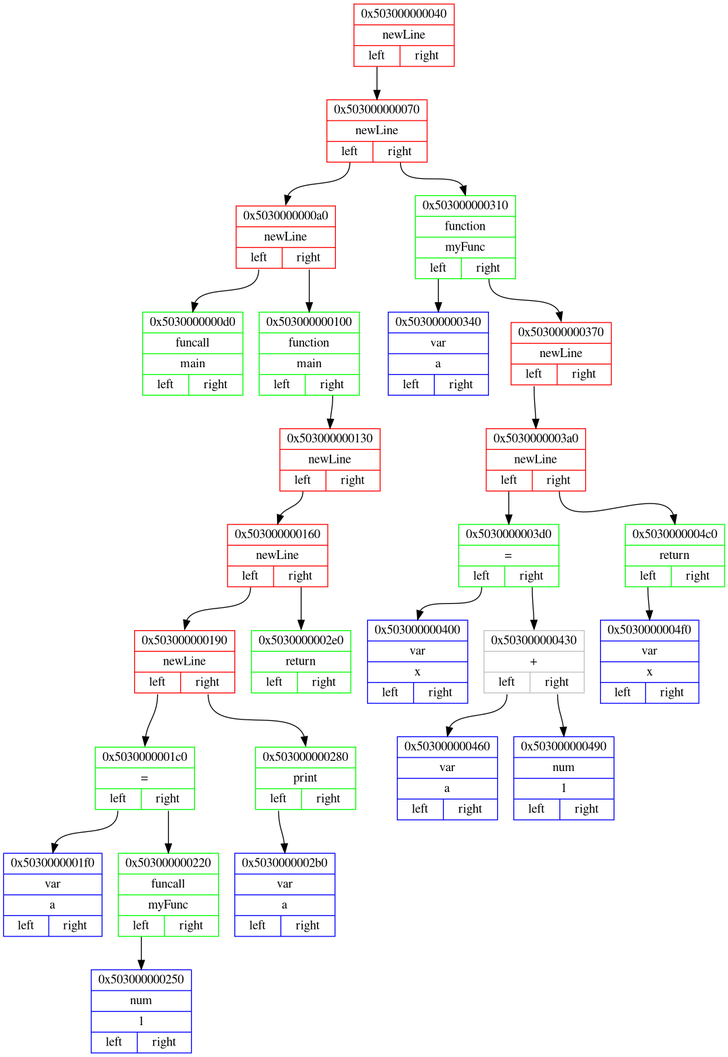
Before: png_files/middlendDotFile.dot.png, a diagram exported from Graphviz (Matvey787/myProgLanguage). Its source is kept beside it as dot_files/middlendDotFile.dot.
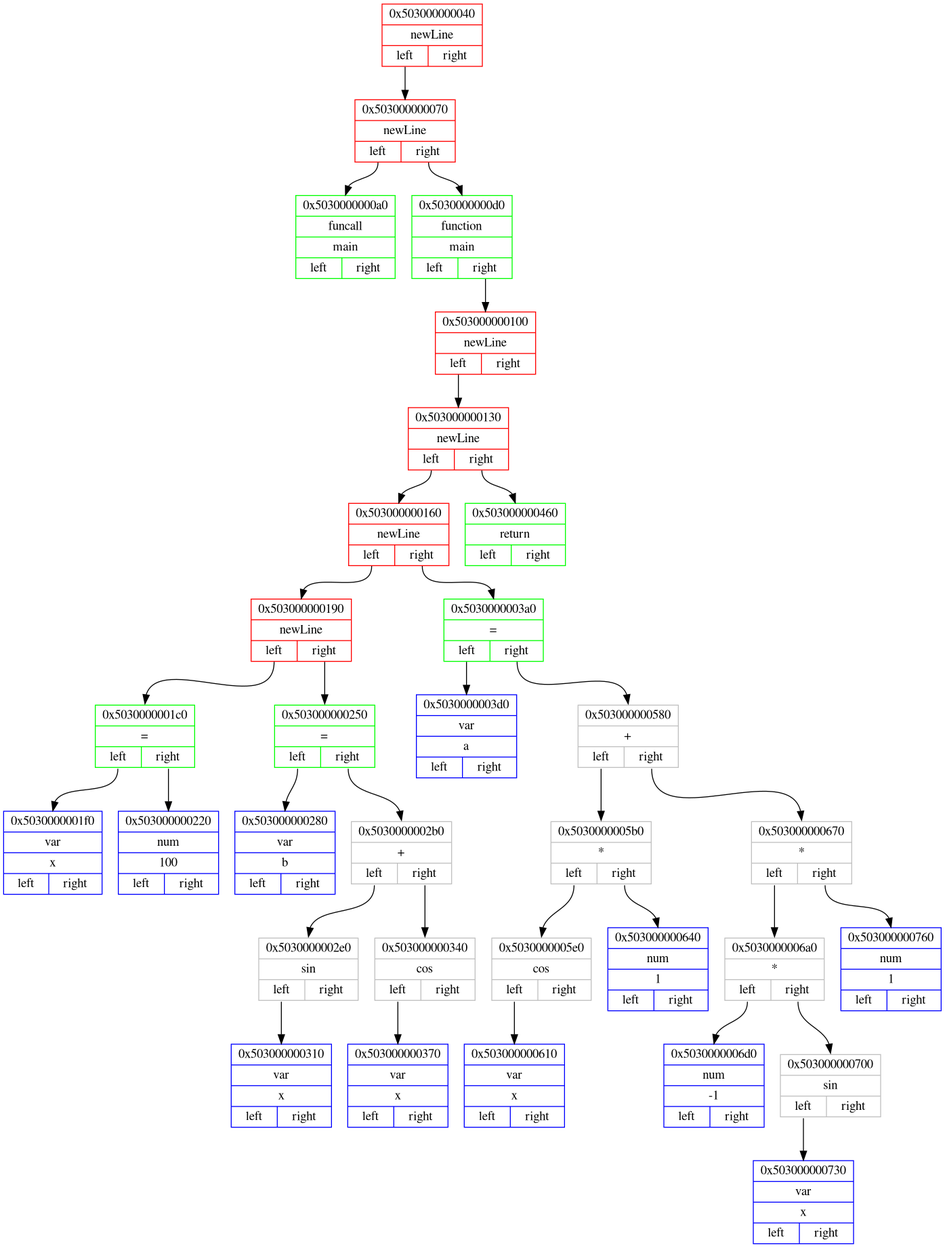
Later version of the same file.

What changed in the source:
```diff
@@ -4,53 +4,65 @@
 
 node0x503000000040 [ shape=record, color = red rank = 1, label= "{ 0x503000000040 | newLine |         {<n0x503000000040_l> left | <n0x503000000040_r> right}} " ];
 node0x503000000070 [ shape=record, color = red rank = 2, label= "{ 0x503000000070 | newLine |         {<n0x503000000070_l> left | <n0x503000000070_r> right}} " ];
-node0x5030000000a0 [ shape=record, color = red rank = 3, label= "{ 0x5030000000a0 | newLine |         {<n0x5030000000a0_l> left | <n0x5030000000a0_r> right}} " ];
-node0x5030000000d0 [ shape=record, color = green rank = 4, label= "{ 0x5030000000d0 | funcall | main |         {<n0x5030000000d0_l> left | <n0x5030000000d0_r> right}} " ];
-node0x5030000000a0:<n0x5030000000a0_l>:s -> node0x5030000000d0:n [ color = black; ]
-node0x503000000100 [ shape=record, color = green rank = 5, label= "{ 0x503000000100 | function | main |         {<n0x503000000100_l> left | <n0x503000000100_r> right}} " ];
+node0x5030000000a0 [ shape=record, color = green rank = 3, label= "{ 0x5030000000a0 | funcall | main |         {<n0x5030000000a0_l> left | <n0x5030000000a0_r> right}} " ];
+node0x503000000070:<n0x503000000070_l>:s -> node0x5030000000a0:n [ color = black; ]
+node0x5030000000d0 [ shape=record, color = green rank = 4, label= "{ 0x5030000000d0 | function | main |         {<n0x5030000000d0_l> left | <n0x5030000000d0_r> right}} " ];
+node0x503000000100 [ shape=record, color = red rank = 5, label= "{ 0x503000000100 | newLine |         {<n0x503000000100_l> left | <n0x503000000100_r> right}} " ];
 node0x503000000130 [ shape=record, color = red rank = 6, label= "{ 0x503000000130 | newLine |         {<n0x503000000130_l> left | <n0x503000000130_r> right}} " ];
 node0x503000000160 [ shape=record, color = red rank = 7, label= "{ 0x503000000160 | newLine |         {<n0x503000000160_l> left | <n0x503000000160_r> right}} " ];
 node0x503000000190 [ shape=record, color = red rank = 8, label= "{ 0x503000000190 | newLine |         {<n0x503000000190_l> left | <n0x503000000190_r> right}} " ];
 node0x5030000001c0 [ shape=record, color = green rank = 9, label= "{ 0x5030000001c0 | = |         {<n0x5030000001c0_l> left | <n0x5030000001c0_r> right}} " ];
-node0x5030000001f0 [ shape=record, color = blue rank = 10, label= "{ 0x5030000001f0 | var | a |         {<n0x5030000001f0_l> left | <n0x5030000001f0_r> right}} " ];
+node0x5030000001f0 [ shape=record, color = blue rank = 10, label= "{ 0x5030000001f0 | var | x |         {<n0x5030000001f0_l> left | <n0x5030000001f0_r> right}} " ];
 node0x5030000001c0:<n0x5030000001c0_l>:s -> node0x5030000001f0:n [ color = black; ]
-node0x503000000220 [ shape=record, color = green rank = 11, label= "{ 0x503000000220 | funcall | myFunc |         {<n0x503000000220_l> left | <n0x503000000220_r> right}} " ];
-node0x503000000250 [ shape=record, color = blue rank = 12, label= "{ 0x503000000250 | num | 1 |         {<n0x503000000250_l> left | <n0x503000000250_r> right}} " ];
-node0x503000000220:<n0x503000000220_l>:s -> node0x503000000250:n [ color = black; ]
+node0x503000000220 [ shape=record, color = blue rank = 11, label= "{ 0x503000000220 | num | 100 |         {<n0x503000000220_l> left | <n0x503000000220_r> right}} " ];
 node0x5030000001c0:<n0x5030000001c0_r>:s -> node0x503000000220:n [ color = black; ]
 node0x503000000190:<n0x503000000190_l>:s -> node0x5030000001c0:n [ color = black; ]
-node0x503000000280 [ shape=record, color = green rank = 10, label= "{ 0x503000000280 | print |         {<n0x503000000280_l> left | <n0x503000000280_r> right}} " ];
-node0x5030000002b0 [ shape=record, color = blue rank = 11, label= "{ 0x5030000002b0 | var | a |         {<n0x5030000002b0_l> left | <n0x5030000002b0_r> right}} " ];
-node0x503000000280:<n0x503000000280_l>:s -> node0x5030000002b0:n [ color = black; ]
-node0x503000000190:<n0x503000000190_r>:s -> node0x503000000280:n [ color = black; ]
+node0x503000000250 [ shape=record, color = green rank = 10, label= "{ 0x503000000250 | = |         {<n0x503000000250_l> left | <n0x503000000250_r> right}} " ];
+node0x503000000280 [ shape=record, color = blue rank = 11, label= "{ 0x503000000280 | var | b |         {<n0x503000000280_l> left | <n0x503000000280_r> right}} " ];
+node0x503000000250:<n0x503000000250_l>:s -> node0x503000000280:n [ color = black; ]
+node0x5030000002b0 [ shape=record, color = grey rank = 12, label= "{ 0x5030000002b0 | + |         {<n0x5030000002b0_l> left | <n0x5030000002b0_r> right}} " ];
+node0x5030000002e0 [ shape=record, color = grey rank = 13, label= "{ 0x5030000002e0 | sin |         {<n0x5030000002e0_l> left | <n0x5030000002e0_r> right}} " ];
+node0x503000000310 [ shape=record, color = blue rank = 14, label= "{ 0x503000000310 | var | x |         {<n0x503000000310_l> left | <n0x503000000310_r> right}} " ];
+node0x5030000002e0:<n0x5030000002e0_l>:s -> node0x503000000310:n [ color = black; ]
+node0x5030000002b0:<n0x5030000002b0_l>:s -> node0x5030000002e0:n [ color = black; ]
+node0x503000000340 [ shape=record, color = grey rank = 14, label= "{ 0x503000000340 | cos |         {<n0x503000000340_l> left | <n0x503000000340_r> right}} " ];
+node0x503000000370 [ shape=record, color = blue rank = 15, label= "{ 0x503000000370 | var | x |         {<n0x503000000370_l> left | <n0x503000000370_r> right}} " ];
+node0x503000000340:<n0x503000000340_l>:s -> node0x503000000370:n [ color = black; ]
+node0x5030000002b0:<n0x5030000002b0_r>:s -> node0x503000000340:n [ color = black; ]
+node0x503000000250:<n0x503000000250_r>:s -> node0x5030000002b0:n [ color = black; ]
+node0x503000000190:<n0x503000000190_r>:s -> node0x503000000250:n [ color = black; ]
 node0x503000000160:<n0x503000000160_l>:s -> node0x503000000190:n [ color = black; ]
-node0x5030000002e0 [ shape=record, color = green rank = 9, label= "{ 0x5030000002e0 | return |         {<n0x5030000002e0_l> left | <n0x5030000002e0_r> right}} " ];
-node0x503000000160:<n0x503000000160_r>:s -> node0x5030000002e0:n [ color = black; ]
+node0x5030000003a0 [ shape=record, color = green rank = 9, label= "{ 0x5030000003a0 | = |         {<n0x5030000003a0_l> left | <n0x5030000003a0_r> right}} " ];
+node0x5030000003d0 [ shape=record, color = blue rank = 10, label= "{ 0x5030000003d0 | var | a |         {<n0x5030000003d0_l> left | <n0x5030000003d0_r> right}} " ];
+node0x5030000003a0:<n0x5030000003a0_l>:s -> node0x5030000003d0:n [ color = black; ]
+node0x503000000580 [ shape=record, color = grey rank = 11, label= "{ 0x503000000580 | + |         {<n0x503000000580_l> left | <n0x503000000580_r> right}} " ];
+node0x5030000005b0 [ shape=record, color = grey rank = 12, label= "{ 0x5030000005b0 | * |         {<n0x5030000005b0_l> left | <n0x5030000005b0_r> right}} " ];
+node0x5030000005e0 [ shape=record, color = grey rank = 13, label= "{ 0x5030000005e0 | cos |         {<n0x5030000005e0_l> left | <n0x5030000005e0_r> right}} " ];
+node0x503000000610 [ shape=record, color = blue rank = 14, label= "{ 0x503000000610 | var | x |         {<n0x503000000610_l> left | <n0x503000000610_r> right}} " ];
+node0x5030000005e0:<n0x5030000005e0_l>:s -> node0x503000000610:n [ color = black; ]
+node0x5030000005b0:<n0x5030000005b0_l>:s -> node0x5030000005e0:n [ color = black; ]
+node0x503000000640 [ shape=record, color = blue rank = 14, label= "{ 0x503000000640 | num | 1 |         {<n0x503000000640_l> left | <n0x503000000640_r> right}} " ];
+node0x5030000005b0:<n0x5030000005b0_r>:s -> node0x503000000640:n [ color = black; ]
+node0x503000000580:<n0x503000000580_l>:s -> node0x5030000005b0:n [ color = black; ]
+node0x503000000670 [ shape=record, color = grey rank = 13, label= "{ 0x503000000670 | * |         {<n0x503000000670_l> left | <n0x503000000670_r> right}} " ];
+node0x5030000006a0 [ shape=record, color = grey rank = 14, label= "{ 0x5030000006a0 | * |         {<n0x5030000006a0_l> left | <n0x5030000006a0_r> right}} " ];
+node0x5030000006d0 [ shape=record, color = blue rank = 15, label= "{ 0x5030000006d0 | num | -1 |         {<n0x5030000006d0_l> left | <n0x5030000006d0_r> right}} " ];
+node0x5030000006a0:<n0x5030000006a0_l>:s -> node0x5030000006d0:n [ color = black; ]
+node0x503000000700 [ shape=record, color = grey rank = 16, label= "{ 0x503000000700 | sin |         {<n0x503000000700_l> left | <n0x503000000700_r> right}} " ];
+node0x503000000730 [ shape=record, color = blue rank = 17, label= "{ 0x503000000730 | var | x |         {<n0x503000000730_l> left | <n0x503000000730_r> right}} " ];
+node0x503000000700:<n0x503000000700_l>:s -> node0x503000000730:n [ color = black; ]
+node0x5030000006a0:<n0x5030000006a0_r>:s -> node0x503000000700:n [ color = black; ]
+node0x503000000670:<n0x503000000670_l>:s -> node0x5030000006a0:n [ color = black; ]
+node0x503000000760 [ shape=record, color = blue rank = 15, label= "{ 0x503000000760 | num | 1 |         {<n0x503000000760_l> left | <n0x503000000760_r> right}} " ];
+node0x503000000670:<n0x503000000670_r>:s -> node0x503000000760:n [ color = black; ]
+node0x503000000580:<n0x503000000580_r>:s -> node0x503000000670:n [ color = black; ]
+node0x5030000003a0:<n0x5030000003a0_r>:s -> node0x503000000580:n [ color = black; ]
+node0x503000000160:<n0x503000000160_r>:s -> node0x5030000003a0:n [ color = black; ]
 node0x503000000130:<n0x503000000130_l>:s -> node0x503000000160:n [ color = black; ]
-node0x503000000100:<n0x503000000100_r>:s -> node0x503000000130:n [ color = black; ]
-node0x5030000000a0:<n0x5030000000a0_r>:s -> node0x503000000100:n [ color = black; ]
-node0x503000000070:<n0x503000000070_l>:s -> node0x5030000000a0:n [ color = black; ]
-node0x503000000310 [ shape=record, color = green rank = 4, label= "{ 0x503000000310 | function | myFunc |         {<n0x503000000310_l> left | <n0x503000000310_r> right}} " ];
-node0x503000000340 [ shape=record, color = blue rank = 5, label= "{ 0x503000000340 | var | a |         {<n0x503000000340_l> left | <n0x503000000340_r> right}} " ];
-node0x503000000310:<n0x503000000310_l>:s -> node0x503000000340:n [ color = black; ]
-node0x503000000370 [ shape=record, color = red rank = 6, label= "{ 0x503000000370 | newLine |         {<n0x503000000370_l> left | <n0x503000000370_r> right}} " ];
-node0x5030000003a0 [ shape=record, color = red rank = 7, label= "{ 0x5030000003a0 | newLine |         {<n0x5030000003a0_l> left | <n0x5030000003a0_r> right}} " ];
-node0x5030000003d0 [ shape=record, color = green rank = 8, label= "{ 0x5030000003d0 | = |         {<n0x5030000003d0_l> left | <n0x5030000003d0_r> right}} " ];
-node0x503000000400 [ shape=record, color = blue rank = 9, label= "{ 0x503000000400 | var | x |         {<n0x503000000400_l> left | <n0x503000000400_r> right}} " ];
-node0x5030000003d0:<n0x5030000003d0_l>:s -> node0x503000000400:n [ color = black; ]
-node0x503000000430 [ shape=record, color = grey rank = 10, label= "{ 0x503000000430 | + |         {<n0x503000000430_l> left | <n0x503000000430_r> right}} " ];
-node0x503000000460 [ shape=record, color = blue rank = 11, label= "{ 0x503000000460 | var | a |         {<n0x503000000460_l> left | <n0x503000000460_r> right}} " ];
-node0x503000000430:<n0x503000000430_l>:s -> node0x503000000460:n [ color = black; ]
-node0x503000000490 [ shape=record, color = blue rank = 12, label= "{ 0x503000000490 | num | 1 |         {<n0x503000000490_l> left | <n0x503000000490_r> right}} " ];
-node0x503000000430:<n0x503000000430_r>:s -> node0x503000000490:n [ color = black; ]
-node0x5030000003d0:<n0x5030000003d0_r>:s -> node0x503000000430:n [ color = black; ]
-node0x5030000003a0:<n0x5030000003a0_l>:s -> node0x5030000003d0:n [ color = black; ]
-node0x5030000004c0 [ shape=record, color = green rank = 9, label= "{ 0x5030000004c0 | return |         {<n0x5030000004c0_l> left | <n0x5030000004c0_r> right}} " ];
-node0x5030000004f0 [ shape=record, color = blue rank = 10, label= "{ 0x5030000004f0 | var | x |         {<n0x5030000004f0_l> left | <n0x5030000004f0_r> right}} " ];
-node0x5030000004c0:<n0x5030000004c0_l>:s -> node0x5030000004f0:n [ color = black; ]
-node0x5030000003a0:<n0x5030000003a0_r>:s -> node0x5030000004c0:n [ color = black; ]
-node0x503000000370:<n0x503000000370_l>:s -> node0x5030000003a0:n [ color = black; ]
-node0x503000000310:<n0x503000000310_r>:s -> node0x503000000370:n [ color = black; ]
-node0x503000000070:<n0x503000000070_r>:s -> node0x503000000310:n [ color = black; ]
+node0x503000000460 [ shape=record, color = green rank = 8, label= "{ 0x503000000460 | return |         {<n0x503000000460_l> left | <n0x503000000460_r> right}} " ];
+node0x503000000130:<n0x503000000130_r>:s -> node0x503000000460:n [ color = black; ]
+node0x503000000100:<n0x503000000100_l>:s -> node0x503000000130:n [ color = black; ]
+node0x5030000000d0:<n0x5030000000d0_r>:s -> node0x503000000100:n [ color = black; ]
+node0x503000000070:<n0x503000000070_r>:s -> node0x5030000000d0:n [ color = black; ]
 node0x503000000040:<n0x503000000040_l>:s -> node0x503000000070:n [ color = black; ]
 }
```
